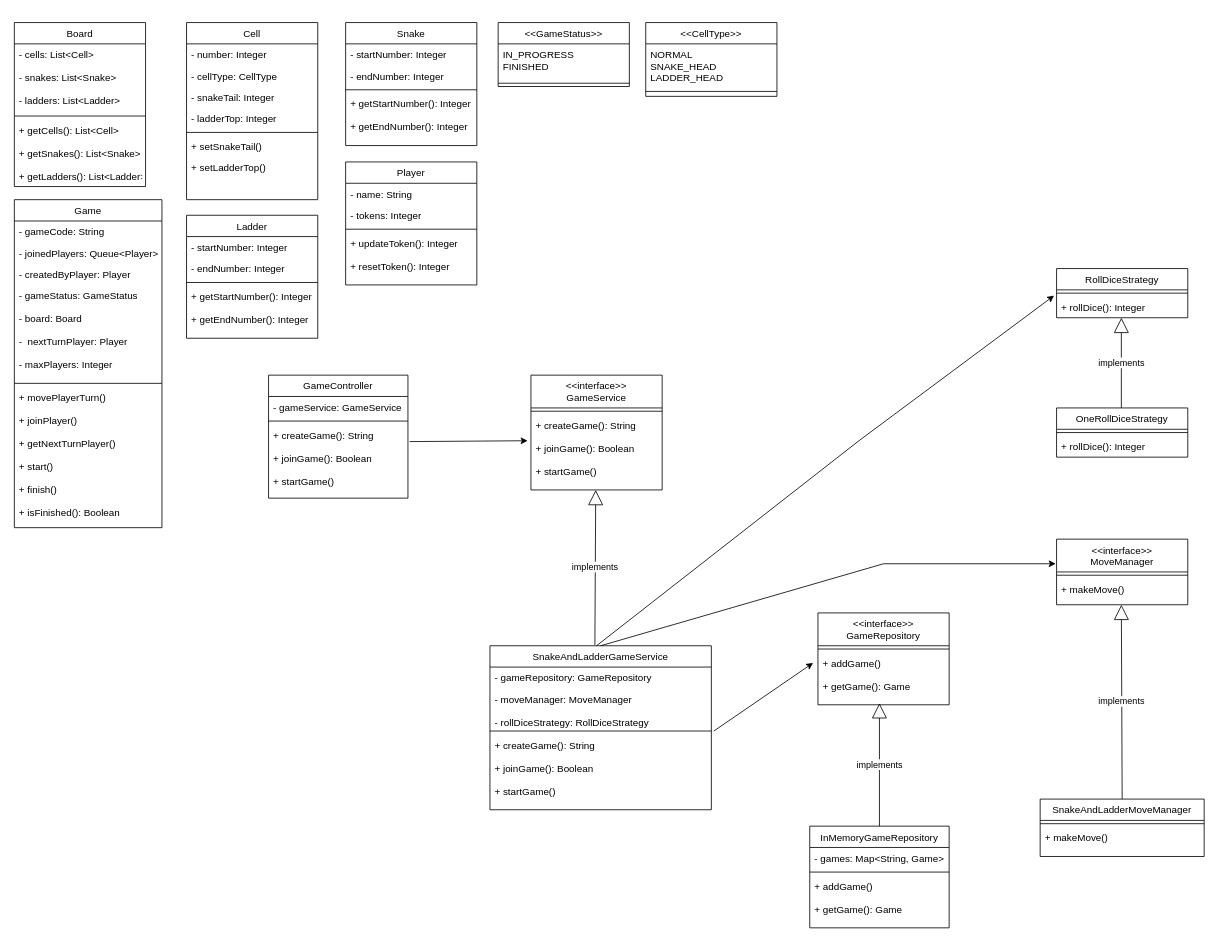
This is snake-and-ladder/src/main/java/com/vivek/Untitled Diagram.drawio from vivekrai0088/LLD, a draw.io file, before an edit. Source tidied: cells renumbered, new cells numbered last; positions are measured from the earlier drawing's top-left corner, leaving out a move shared by most shapes. Both pictures are drawn from the tidied source at 82%, with x=0, y=0 at pixel (14, 22).
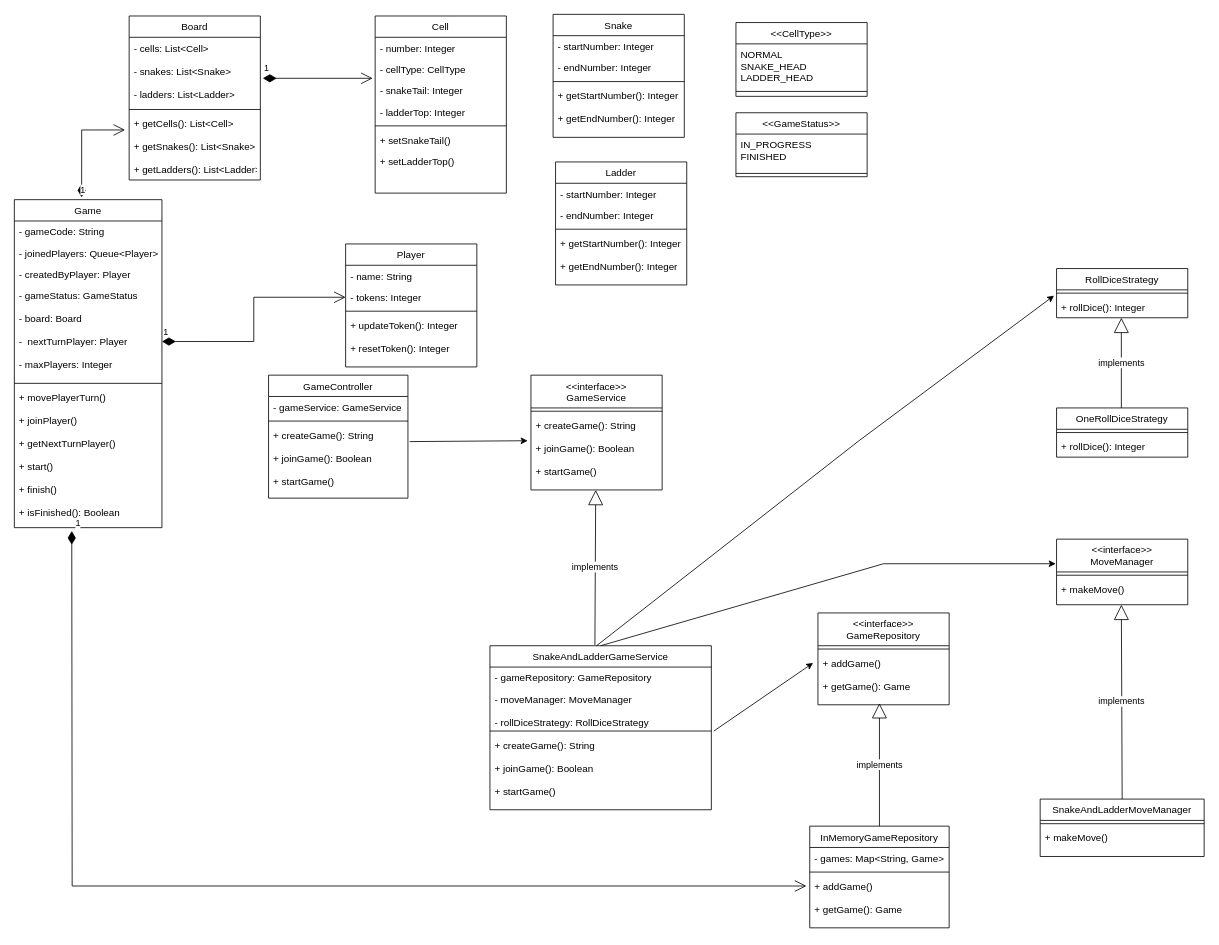
Above is the later version.

Unchanged cells that the change refers to:
```xml
<mxCell id="5" value="- snakeTail: Integer" style="text;align=left;verticalAlign=top;spacingLeft=4;spacingRight=4;overflow=hidden;points=[[0,0.5],[1,0.5]];portConstraint=eastwest;rounded=0;shadow=0;html=0;" parent="2" vertex="1">
  <mxGeometry y="78" width="160" height="26" as="geometry" />
</mxCell>
<mxCell id="10" value="Game" style="swimlane;fontStyle=0;align=center;verticalAlign=top;horizontal=1;startSize=26;rounded=0;shadow=0;strokeWidth=1;" parent="1" vertex="1">
  <mxGeometry y="216" width="180" height="400" as="geometry" />
</mxCell>
<mxCell id="14" value="- gameStatus: GameStatus&#10;&#10;- board: Board&#10;&#10;-  nextTurnPlayer: Player&#10;&#10;- maxPlayers: Integer" style="text;align=left;verticalAlign=top;spacingLeft=4;spacingRight=4;overflow=hidden;points=[[0,0.5],[1,0.5]];portConstraint=eastwest;rounded=0;shadow=0;html=0;" parent="10" vertex="1">
  <mxGeometry y="104" width="180" height="116" as="geometry" />
</mxCell>
<mxCell id="29" value="- tokens: Integer" style="text;align=left;verticalAlign=top;spacingLeft=4;spacingRight=4;overflow=hidden;points=[[0,0.5],[1,0.5]];portConstraint=eastwest;rounded=0;shadow=0;html=0;" parent="27" vertex="1">
  <mxGeometry y="52" width="160" height="26" as="geometry" />
</mxCell>
<mxCell id="36" value="- cells: List&lt;Cell&gt;&#10;&#10;- snakes: List&lt;Snake&gt;&#10;&#10;- ladders: List&lt;Ladder&gt;" style="text;align=left;verticalAlign=top;spacingLeft=4;spacingRight=4;overflow=hidden;points=[[0,0.5],[1,0.5]];portConstraint=eastwest;" parent="35" vertex="1">
  <mxGeometry y="26" width="160" height="84" as="geometry" />
</mxCell>
<mxCell id="38" value="+ getCells(): List&lt;Cell&gt;&#10;&#10;+ getSnakes(): List&lt;Snake&gt;&#10;&#10;+ getLadders(): List&lt;Ladder&gt;" style="text;align=left;verticalAlign=top;spacingLeft=4;spacingRight=4;overflow=hidden;points=[[0,0.5],[1,0.5]];portConstraint=eastwest;" parent="35" vertex="1">
  <mxGeometry y="118" width="160" height="82" as="geometry" />
</mxCell>
<mxCell id="48" value="+ addGame()&#10;&#10;+ getGame(): Game" style="text;align=left;verticalAlign=top;spacingLeft=4;spacingRight=4;overflow=hidden;points=[[0,0.5],[1,0.5]];portConstraint=eastwest;" parent="45" vertex="1">
  <mxGeometry y="60" width="170" height="64" as="geometry" />
</mxCell>
```

Change to the diagram source:
```diff
@@
     <mxCell id="2" value="Cell" style="swimlane;fontStyle=0;align=center;verticalAlign=top;horizontal=1;startSize=26;rounded=0;shadow=0;strokeWidth=1;" parent="1" vertex="1">
-      <mxGeometry x="210" width="160" height="216" as="geometry" />
+      <mxGeometry x="440" y="-8" width="160" height="216" as="geometry" />
     </mxCell>
@@
     <mxCell id="17" value="Ladder" style="swimlane;fontStyle=0;align=center;verticalAlign=top;horizontal=1;startSize=26;rounded=0;shadow=0;strokeWidth=1;" parent="1" vertex="1">
-      <mxGeometry x="210" y="235" width="160" height="150" as="geometry" />
+      <mxGeometry x="660" y="170" width="160" height="150" as="geometry" />
     </mxCell>
@@
     <mxCell id="22" value="Snake" style="swimlane;fontStyle=0;align=center;verticalAlign=top;horizontal=1;startSize=26;rounded=0;shadow=0;strokeWidth=1;" parent="1" vertex="1">
-      <mxGeometry x="404" width="160" height="150" as="geometry" />
+      <mxGeometry x="657" y="-10" width="160" height="150" as="geometry" />
     </mxCell>
@@
     <mxCell id="27" value="Player" style="swimlane;fontStyle=0;align=center;verticalAlign=top;horizontal=1;startSize=26;rounded=0;shadow=0;strokeWidth=1;" parent="1" vertex="1">
-      <mxGeometry x="404" y="170" width="160" height="150" as="geometry" />
+      <mxGeometry x="404" y="270" width="160" height="150" as="geometry" />
     </mxCell>
@@
     <mxCell id="32" value="&lt;&lt;GameStatus&gt;&gt;&#10;" style="swimlane;fontStyle=0;align=center;verticalAlign=top;horizontal=1;startSize=26;rounded=0;shadow=0;strokeWidth=1;" parent="1" vertex="1">
-      <mxGeometry x="590" width="160" height="78" as="geometry" />
+      <mxGeometry x="880" y="110" width="160" height="78" as="geometry" />
     </mxCell>
@@
     <mxCell id="35" value="Board" style="swimlane;fontStyle=0;align=center;verticalAlign=top;horizontal=1;startSize=26;rounded=0;shadow=0;strokeWidth=1;" parent="1" vertex="1">
-      <mxGeometry width="160" height="200" as="geometry" />
+      <mxGeometry x="140" y="-8" width="160" height="200" as="geometry" />
     </mxCell>
@@
     <mxCell id="39" value="&lt;&lt;CellType&gt;&gt;&#10;" style="swimlane;fontStyle=0;align=center;verticalAlign=top;horizontal=1;startSize=26;rounded=0;shadow=0;strokeWidth=1;" parent="1" vertex="1">
-      <mxGeometry x="770" width="160" height="90" as="geometry" />
+      <mxGeometry x="880" width="160" height="90" as="geometry" />
     </mxCell>
@@
+    <mxCell id="81" value="1" style="endArrow=open;html=1;endSize=12;startArrow=diamondThin;startSize=14;startFill=1;edgeStyle=orthogonalEdgeStyle;align=left;verticalAlign=bottom;rounded=0;entryX=-0.019;entryY=-0.077;entryDx=0;entryDy=0;entryPerimeter=0;exitX=1.019;exitY=0.595;exitDx=0;exitDy=0;exitPerimeter=0;" parent="1" edge="1" source="36" target="5">
+      <mxGeometry x="-1" y="3" relative="1" as="geometry" />
+    </mxCell>
+    <mxCell id="82" value="1" style="endArrow=open;html=1;endSize=12;startArrow=diamondThin;startSize=14;startFill=1;edgeStyle=orthogonalEdgeStyle;align=left;verticalAlign=bottom;rounded=0;exitX=1;exitY=0.595;exitDx=0;exitDy=0;exitPerimeter=0;entryX=0;entryY=0.5;entryDx=0;entryDy=0;" parent="1" edge="1" source="14" target="29">
+      <mxGeometry x="-1" y="3" relative="1" as="geometry" />
+    </mxCell>
+    <mxCell id="83" value="1" style="endArrow=open;html=1;endSize=12;startArrow=diamondThin;startSize=14;startFill=1;edgeStyle=orthogonalEdgeStyle;align=left;verticalAlign=bottom;rounded=0;entryX=-0.031;entryY=0.256;entryDx=0;entryDy=0;entryPerimeter=0;exitX=0.456;exitY=-0.007;exitDx=0;exitDy=0;exitPerimeter=0;" parent="1" edge="1" source="10" target="38">
+      <mxGeometry x="-1" y="3" relative="1" as="geometry" />
+    </mxCell>
+    <mxCell id="84" value="1" style="endArrow=open;html=1;endSize=12;startArrow=diamondThin;startSize=14;startFill=1;edgeStyle=orthogonalEdgeStyle;align=left;verticalAlign=bottom;rounded=0;entryX=-0.024;entryY=0.203;entryDx=0;entryDy=0;entryPerimeter=0;" parent="1" edge="1" target="48">
+      <mxGeometry x="-1" y="3" relative="1" as="geometry">
+        <mxPoint x="70" y="620" as="sourcePoint" />
+      </mxGeometry>
+    </mxCell>
```
